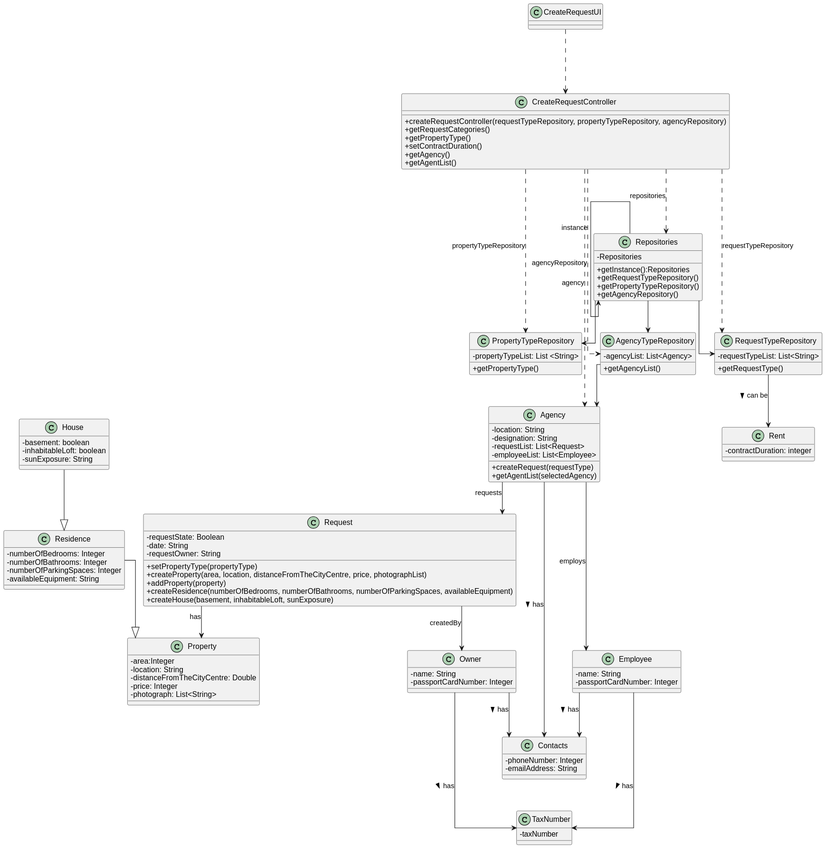
Above: docs/sprintB/us004/03.design/svg/us004-class-diagram.svg in 1220812/LAPR2 (PlantUML), before the change.
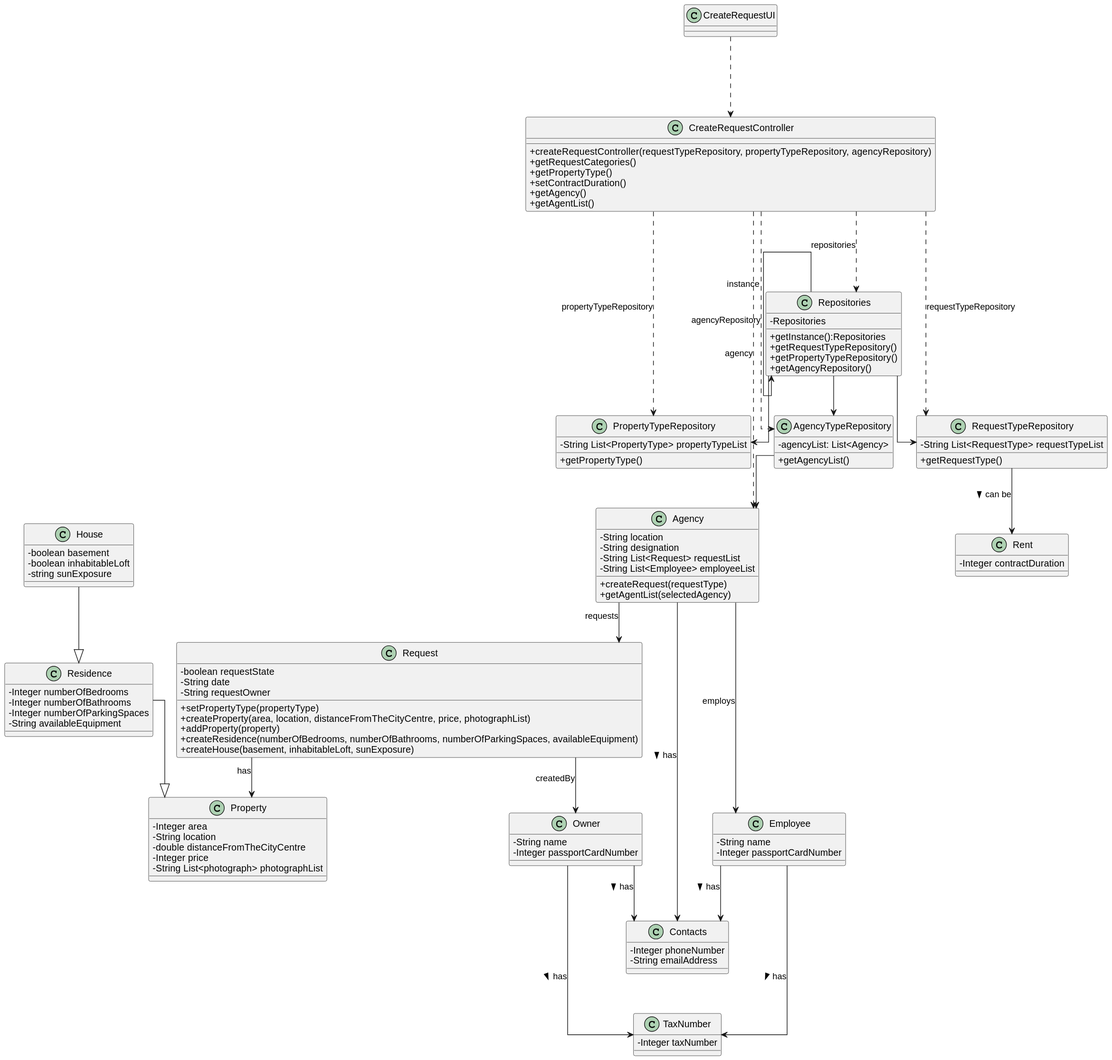
The same file after the commit.

The edit, as a diff of the source:
```diff
@@ -23,7 +23,7 @@
 }
 
 class PropertyTypeRepository{
-- propertyTypeList: List <String>
+- String List<PropertyType> propertyTypeList
 + getPropertyType()
 }
 
@@ -33,23 +33,23 @@
 }
 
 class Agency{
-- location: String
-- designation: String
-- requestList: List<Request>
-- employeeList: List<Employee>
+- String location
+- String designation
+- String List<Request> requestList
+- String List<Employee> employeeList
 + createRequest(requestType)
 + getAgentList(selectedAgency)
 }
 
 class RequestTypeRepository{
-- requestTypeList: List<String>
+- String List<RequestType> requestTypeList
 + getRequestType()
 }
 
 class Request{
-- requestState: Boolean
-- date: String
-- requestOwner: String
+- boolean requestState
+- String date
+- String requestOwner
 + setPropertyType(propertyType)
 + createProperty(area, location, distanceFromTheCityCentre, price, photographList)
 + addProperty(property)
@@ -58,47 +58,47 @@
 }
 
 class Property{
-- area:Integer
-- location: String
-- distanceFromTheCityCentre: Double
-- price: Integer
-- photograph: List<String>
+- Integer area
+- String location
+- double distanceFromTheCityCentre
+- Integer price
+- String List<photograph> photographList
 }
 
 class Owner{
-- name: String
-- passportCardNumber: Integer
+- String name
+- Integer passportCardNumber
 }
 
 class Residence{
-- numberOfBedrooms: Integer
-- numberOfBathrooms: Integer
-- numberOfParkingSpaces: Integer
-- availableEquipment: String
+- Integer numberOfBedrooms
+- Integer numberOfBathrooms
+- Integer numberOfParkingSpaces
+- String availableEquipment
 }
 
 class House{
-- basement: boolean
-- inhabitableLoft: boolean
-- sunExposure: String
+- boolean basement
+- boolean inhabitableLoft
+- string sunExposure
 }
 
 class Contacts{
-- phoneNumber: Integer
-- emailAddress: String
+- Integer phoneNumber
+- String emailAddress
 }
 
 class Employee{
-- name: String
-- passportCardNumber: Integer
+- String name
+- Integer passportCardNumber
 }
 
 class TaxNumber{
-- taxNumber
+- Integer taxNumber
 }
 
 class Rent{
-- contractDuration: integer
+- Integer contractDuration
 }
 
 CreateRequestUI -.-> CreateRequestController
```
